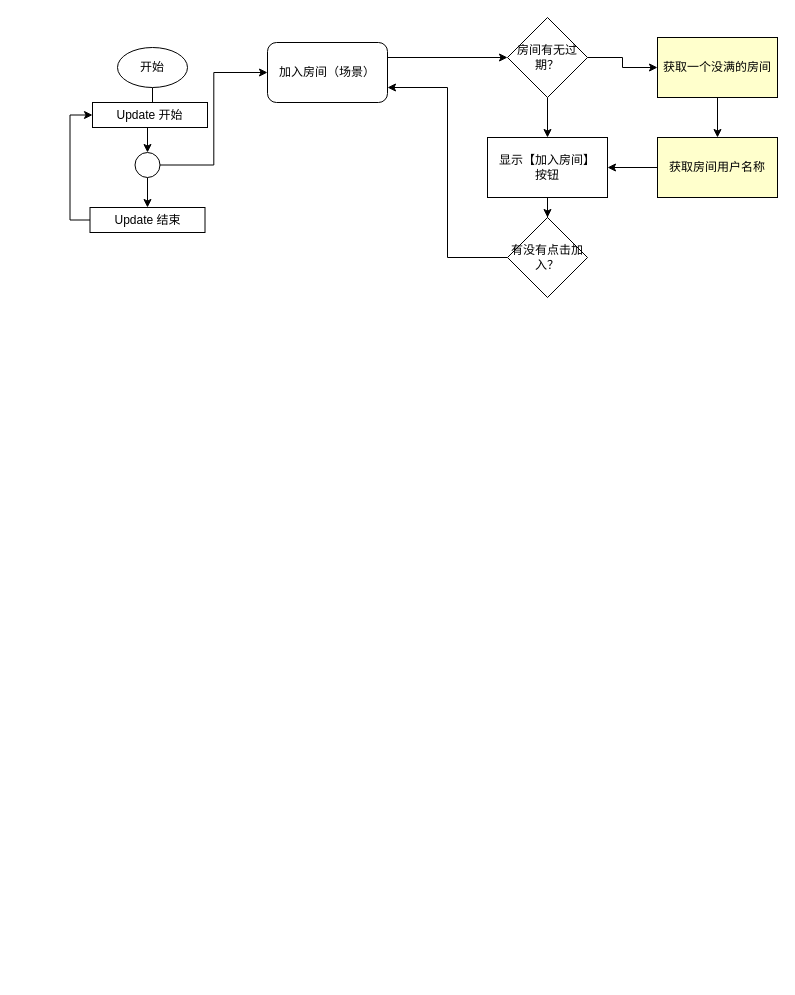
peterSZW/ebdemo keeps this draw.io diagram as Untitled Diagram.drawio. Above is the earlier version. Source tidied: cells renumbered, new cells numbered last; positions are measured from the earlier drawing's top-left corner, leaving out a move shared by most shapes. Both pictures are drawn from the tidied source at 100%, with x=0, y=0 at pixel (89, 17).
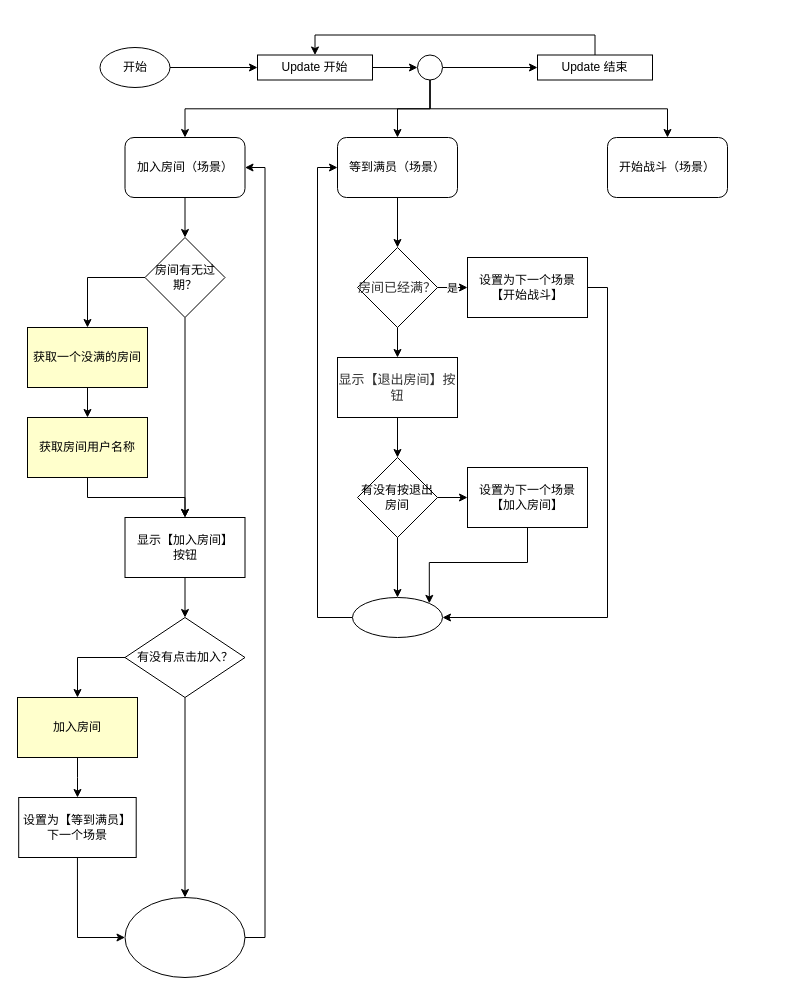
After the change.

Diff of the diagram source:
```diff
@@
     <mxCell id="3" value="开始" style="ellipse;whiteSpace=wrap;html=1;" parent="1" vertex="1">
-      <mxGeometry x="28" y="30" width="70" height="40" as="geometry" />
+      <mxGeometry x="10.5" y="30" width="70" height="40" as="geometry" />
     </mxCell>
-    <mxCell id="4" style="edgeStyle=orthogonalEdgeStyle;rounded=0;jettySize=auto;html=1;exitX=0.5;exitY=1;exitDx=0;exitDy=0;entryX=0.5;entryY=0;entryDx=0;entryDy=0;" parent="1" edge="1" source="5" target="10">
+    <mxCell id="4" style="edgeStyle=orthogonalEdgeStyle;rounded=0;jettySize=auto;html=1;exitX=1;exitY=0.5;exitDx=0;exitDy=0;entryX=0;entryY=0.5;entryDx=0;entryDy=0;" parent="1" edge="1" source="5" target="10">
       <mxGeometry relative="1" as="geometry" />
     </mxCell>
     <mxCell id="5" value="Update 开始" style="whiteSpace=wrap;html=1;" parent="1" vertex="1">
-      <mxGeometry x="3" y="85" width="115" height="25" as="geometry" />
+      <mxGeometry x="168" y="37.5" width="115" height="25" as="geometry" />
     </mxCell>
@@
     <mxCell id="7" value="获取一个没满的房间" style="whiteSpace=wrap;html=1;fillColor=#FFFFCC;" parent="1" vertex="1">
-      <mxGeometry x="568" y="20" width="120" height="60" as="geometry" />
+      <mxGeometry x="-62" y="310" width="120" height="60" as="geometry" />
     </mxCell>
-    <mxCell id="8" style="edgeStyle=orthogonalEdgeStyle;rounded=0;jettySize=auto;html=1;exitX=1;exitY=0.5;exitDx=0;exitDy=0;entryX=0;entryY=0.5;entryDx=0;entryDy=0;" parent="1" edge="1" source="10" target="12">
+    <mxCell id="8" style="edgeStyle=orthogonalEdgeStyle;rounded=0;jettySize=auto;html=1;exitX=0.5;exitY=1;exitDx=0;exitDy=0;entryX=0.5;entryY=0;entryDx=0;entryDy=0;" parent="1" edge="1" source="10" target="12">
       <mxGeometry relative="1" as="geometry" />
     </mxCell>
-    <mxCell id="9" style="edgeStyle=orthogonalEdgeStyle;rounded=0;jettySize=auto;html=1;exitX=0.5;exitY=1;exitDx=0;exitDy=0;entryX=0.5;entryY=0;entryDx=0;entryDy=0;" parent="1" edge="1" source="10" target="23">
+    <mxCell id="9" style="edgeStyle=orthogonalEdgeStyle;rounded=0;jettySize=auto;html=1;exitX=1;exitY=0.5;exitDx=0;exitDy=0;entryX=0;entryY=0.5;entryDx=0;entryDy=0;" parent="1" edge="1" source="10" target="23">
       <mxGeometry relative="1" as="geometry" />
     </mxCell>
+    <mxCell id="24" style="edgeStyle=orthogonalEdgeStyle;rounded=0;jettySize=auto;html=1;exitX=0.5;exitY=1;exitDx=0;exitDy=0;entryX=0.5;entryY=0;entryDx=0;entryDy=0;" parent="1" edge="1" source="10" target="33">
+      <mxGeometry relative="1" as="geometry" />
+    </mxCell>
+    <mxCell id="25" style="edgeStyle=orthogonalEdgeStyle;rounded=0;jettySize=auto;html=1;exitX=0.5;exitY=1;exitDx=0;exitDy=0;entryX=0.5;entryY=0;entryDx=0;entryDy=0;" parent="1" edge="1" source="10" target="42">
+      <mxGeometry relative="1" as="geometry" />
+    </mxCell>
     <mxCell id="10" style="ellipse;whiteSpace=wrap;html=1;" parent="1" vertex="1">
-      <mxGeometry x="45.5" y="135" width="25" height="25" as="geometry" />
+      <mxGeometry x="328" y="37.5" width="25" height="25" as="geometry" />
     </mxCell>
-    <mxCell id="11" style="edgeStyle=orthogonalEdgeStyle;rounded=0;jettySize=auto;html=1;exitX=1;exitY=0.25;exitDx=0;exitDy=0;" parent="1" edge="1" source="12" target="15">
+    <mxCell id="11" style="edgeStyle=orthogonalEdgeStyle;rounded=0;jettySize=auto;html=1;exitX=0.5;exitY=1;exitDx=0;exitDy=0;entryX=0.5;entryY=0;entryDx=0;entryDy=0;" parent="1" edge="1" source="12" target="15">
       <mxGeometry relative="1" as="geometry" />
     </mxCell>
     <mxCell id="12" value="加入房间（场景）" style="rounded=1;whiteSpace=wrap;html=1;" parent="1" vertex="1">
-      <mxGeometry x="178" y="25" width="120" height="60" as="geometry" />
+      <mxGeometry x="35.5" y="120" width="120" height="60" as="geometry" />
     </mxCell>
+    <mxCell id="14" style="edgeStyle=orthogonalEdgeStyle;rounded=0;jettySize=auto;html=1;exitX=0.5;exitY=1;exitDx=0;exitDy=0;entryX=0.5;entryY=0;entryDx=0;entryDy=0;" parent="1" edge="1" source="15" target="19">
+      <mxGeometry relative="1" as="geometry" />
+    </mxCell>
-    <mxCell id="13" style="edgeStyle=orthogonalEdgeStyle;rounded=0;jettySize=auto;html=1;exitX=1;exitY=0.5;exitDx=0;exitDy=0;entryX=0;entryY=0.5;entryDx=0;entryDy=0;" parent="1" edge="1" source="15" target="7">
+    <mxCell id="13" style="edgeStyle=orthogonalEdgeStyle;rounded=0;jettySize=auto;html=1;exitX=0;exitY=0.5;exitDx=0;exitDy=0;entryX=0.5;entryY=0;entryDx=0;entryDy=0;" parent="1" edge="1" source="15" target="7">
       <mxGeometry relative="1" as="geometry" />
     </mxCell>
-    <mxCell id="14" style="edgeStyle=orthogonalEdgeStyle;rounded=0;jettySize=auto;html=1;exitX=0.5;exitY=1;exitDx=0;exitDy=0;entryX=0.5;entryY=0;entryDx=0;entryDy=0;" parent="1" edge="1" source="15" target="19">
-      <mxGeometry relative="1" as="geometry" />
-    </mxCell>
     <mxCell id="15" value="房间有无过期？" style="rhombus;whiteSpace=wrap;html=1;" parent="1" vertex="1">
-      <mxGeometry x="418" width="80" height="80" as="geometry" />
+      <mxGeometry x="55.5" y="220" width="80" height="80" as="geometry" />
     </mxCell>
@@
     <mxCell id="17" value="获取房间用户名称" style="whiteSpace=wrap;html=1;fillColor=#FFFFCC;" parent="1" vertex="1">
-      <mxGeometry x="568" y="120" width="120" height="60" as="geometry" />
+      <mxGeometry x="-62" y="400" width="120" height="60" as="geometry" />
     </mxCell>
@@
     <mxCell id="19" value="显示【加入房间】&lt;br&gt;按钮" style="whiteSpace=wrap;html=1;" parent="1" vertex="1">
-      <mxGeometry x="398" y="120" width="120" height="60" as="geometry" />
+      <mxGeometry x="35.5" y="500" width="120" height="60" as="geometry" />
     </mxCell>
-    <mxCell id="20" style="edgeStyle=orthogonalEdgeStyle;rounded=0;jettySize=auto;html=1;exitX=0;exitY=0.5;exitDx=0;exitDy=0;entryX=1;entryY=0.75;entryDx=0;entryDy=0;" parent="1" edge="1" source="21" target="12">
-      <mxGeometry relative="1" as="geometry" />
-    </mxCell>
+    <mxCell id="26" style="edgeStyle=orthogonalEdgeStyle;rounded=0;jettySize=auto;html=1;exitX=0;exitY=0.5;exitDx=0;exitDy=0;" parent="1" edge="1" source="21" target="29">
+      <mxGeometry relative="1" as="geometry" />
+    </mxCell>
+    <mxCell id="27" style="edgeStyle=orthogonalEdgeStyle;rounded=0;jettySize=auto;html=1;exitX=0.5;exitY=1;exitDx=0;exitDy=0;" parent="1" edge="1" source="21" target="35">
+      <mxGeometry relative="1" as="geometry" />
+    </mxCell>
     <mxCell id="21" value="有没有点击加入？" style="rhombus;whiteSpace=wrap;html=1;" parent="1" vertex="1">
-      <mxGeometry x="418" y="200" width="80" height="80" as="geometry" />
+      <mxGeometry x="35.5" y="600" width="120" height="80" as="geometry" />
     </mxCell>
-    <mxCell id="22" style="edgeStyle=orthogonalEdgeStyle;rounded=0;jettySize=auto;html=1;exitX=0;exitY=0.5;exitDx=0;exitDy=0;entryX=0;entryY=0.5;entryDx=0;entryDy=0;" parent="1" edge="1" source="23" target="5">
+    <mxCell id="22" style="edgeStyle=orthogonalEdgeStyle;rounded=0;jettySize=auto;html=1;exitX=0.5;exitY=0;exitDx=0;exitDy=0;entryX=0.5;entryY=0;entryDx=0;entryDy=0;" parent="1" edge="1" source="23" target="5">
       <mxGeometry relative="1" as="geometry" />
     </mxCell>
     <mxCell id="23" value="Update 结束" style="whiteSpace=wrap;html=1;" parent="1" vertex="1">
-      <mxGeometry x="0.5" y="190" width="115" height="25" as="geometry" />
+      <mxGeometry x="448" y="37.5" width="115" height="25" as="geometry" />
     </mxCell>
+    <mxCell id="28" style="edgeStyle=orthogonalEdgeStyle;rounded=0;jettySize=auto;html=1;" parent="1" edge="1" source="29" target="31">
+      <mxGeometry relative="1" as="geometry" />
+    </mxCell>
+    <mxCell id="29" value="加入房间" style="whiteSpace=wrap;html=1;fillColor=#FFFFCC;" parent="1" vertex="1">
+      <mxGeometry x="-72" y="680" width="120" height="60" as="geometry" />
+    </mxCell>
+    <mxCell id="30" style="edgeStyle=orthogonalEdgeStyle;rounded=0;jettySize=auto;html=1;exitX=0.5;exitY=1;exitDx=0;exitDy=0;entryX=0;entryY=0.5;entryDx=0;entryDy=0;" parent="1" edge="1" source="31" target="35">
+      <mxGeometry relative="1" as="geometry" />
+    </mxCell>
+    <mxCell id="31" value="设置为【等到满员】下一个场景" style="whiteSpace=wrap;html=1;" parent="1" vertex="1">
+      <mxGeometry x="-70.8" y="780" width="117.5" height="60" as="geometry" />
+    </mxCell>
+    <mxCell id="32" style="edgeStyle=orthogonalEdgeStyle;rounded=0;jettySize=auto;html=1;exitX=0.5;exitY=1;exitDx=0;exitDy=0;entryX=0.5;entryY=0;entryDx=0;entryDy=0;" parent="1" edge="1" source="33" target="39">
+      <mxGeometry relative="1" as="geometry" />
+    </mxCell>
+    <mxCell id="33" value="等到满员（场景）" style="rounded=1;whiteSpace=wrap;html=1;" parent="1" vertex="1">
+      <mxGeometry x="248" y="120" width="120" height="60" as="geometry" />
+    </mxCell>
+    <mxCell id="34" style="edgeStyle=orthogonalEdgeStyle;rounded=0;jettySize=auto;html=1;exitX=1;exitY=0.5;exitDx=0;exitDy=0;entryX=1;entryY=0.5;entryDx=0;entryDy=0;" parent="1" edge="1" source="35" target="12">
+      <mxGeometry relative="1" as="geometry" />
+    </mxCell>
+    <mxCell id="35" style="ellipse;whiteSpace=wrap;html=1;" parent="1" vertex="1">
+      <mxGeometry x="35.5" y="880" width="120" height="80" as="geometry" />
+    </mxCell>
+    <mxCell id="36" style="edgeStyle=orthogonalEdgeStyle;rounded=0;jettySize=auto;html=1;" parent="1" edge="1" source="39" target="41">
+      <mxGeometry relative="1" as="geometry" />
+    </mxCell>
+    <mxCell id="37" style="edgeStyle=orthogonalEdgeStyle;rounded=0;jettySize=auto;html=1;exitX=1;exitY=0.5;exitDx=0;exitDy=0;entryX=0;entryY=0.5;entryDx=0;entryDy=0;" parent="1" edge="1" source="39" target="44">
+      <mxGeometry relative="1" as="geometry" />
+    </mxCell>
+    <mxCell id="38" value="是" style="edgeLabel;html=1;align=center;verticalAlign=middle;" parent="37" vertex="1">
+      <mxGeometry x="-0.04" relative="1" as="geometry" />
+    </mxCell>
+    <mxCell id="39" value="&lt;span style=&quot;color: rgb(50 , 50 , 50) ; font-size: 13px ; background-color: rgba(255 , 255 , 255 , 0.01)&quot;&gt;房间已经满？&lt;/span&gt;" style="rhombus;whiteSpace=wrap;html=1;" parent="1" vertex="1">
+      <mxGeometry x="268" y="230" width="80" height="80" as="geometry" />
+    </mxCell>
+    <mxCell id="40" style="edgeStyle=orthogonalEdgeStyle;rounded=0;jettySize=auto;html=1;" parent="1" edge="1" source="41" target="47">
+      <mxGeometry relative="1" as="geometry" />
+    </mxCell>
+    <mxCell id="41" value="&lt;span style=&quot;color: rgb(50 , 50 , 50) ; font-size: 13px ; background-color: rgba(255 , 255 , 255 , 0.01)&quot;&gt;显示【退出房间】按钮&lt;/span&gt;" style="whiteSpace=wrap;html=1;" parent="1" vertex="1">
+      <mxGeometry x="248" y="340" width="120" height="60" as="geometry" />
+    </mxCell>
+    <mxCell id="42" value="开始战斗（场景）" style="rounded=1;whiteSpace=wrap;html=1;" parent="1" vertex="1">
+      <mxGeometry x="518" y="120" width="120" height="60" as="geometry" />
+    </mxCell>
+    <mxCell id="43" style="edgeStyle=orthogonalEdgeStyle;rounded=0;jettySize=auto;html=1;exitX=1;exitY=0.5;exitDx=0;exitDy=0;entryX=1;entryY=0.5;entryDx=0;entryDy=0;" parent="1" edge="1" source="44" target="49">
+      <mxGeometry relative="1" as="geometry" />
+    </mxCell>
+    <mxCell id="44" value="设置为下一个场景【开始战斗】" style="whiteSpace=wrap;html=1;" parent="1" vertex="1">
+      <mxGeometry x="378" y="240" width="120" height="60" as="geometry" />
+    </mxCell>
+    <mxCell id="45" style="edgeStyle=orthogonalEdgeStyle;rounded=0;jettySize=auto;html=1;exitX=0.5;exitY=1;exitDx=0;exitDy=0;" parent="1" edge="1" source="47" target="49">
+      <mxGeometry relative="1" as="geometry" />
+    </mxCell>
+    <mxCell id="46" style="edgeStyle=orthogonalEdgeStyle;rounded=0;jettySize=auto;html=1;exitX=1;exitY=0.5;exitDx=0;exitDy=0;entryX=0;entryY=0.5;entryDx=0;entryDy=0;" parent="1" edge="1" source="47" target="51">
+      <mxGeometry relative="1" as="geometry" />
+    </mxCell>
+    <mxCell id="47" value="有没有按退出房间" style="rhombus;whiteSpace=wrap;html=1;" parent="1" vertex="1">
+      <mxGeometry x="268" y="440" width="80" height="80" as="geometry" />
+    </mxCell>
+    <mxCell id="48" style="edgeStyle=orthogonalEdgeStyle;rounded=0;jettySize=auto;html=1;exitX=0;exitY=0.5;exitDx=0;exitDy=0;entryX=0;entryY=0.5;entryDx=0;entryDy=0;" parent="1" edge="1" source="49" target="33">
+      <mxGeometry relative="1" as="geometry" />
+    </mxCell>
+    <mxCell id="49" style="ellipse;whiteSpace=wrap;html=1;" parent="1" vertex="1">
+      <mxGeometry x="263" y="580" width="90" height="40" as="geometry" />
+    </mxCell>
+    <mxCell id="50" style="edgeStyle=orthogonalEdgeStyle;rounded=0;jettySize=auto;html=1;exitX=0.5;exitY=1;exitDx=0;exitDy=0;entryX=1;entryY=0;entryDx=0;entryDy=0;" parent="1" edge="1" source="51" target="49">
+      <mxGeometry relative="1" as="geometry" />
+    </mxCell>
+    <mxCell id="51" value="设置为下一个场景【加入房间】" style="whiteSpace=wrap;html=1;" parent="1" vertex="1">
+      <mxGeometry x="378" y="450" width="120" height="60" as="geometry" />
+    </mxCell>
```
